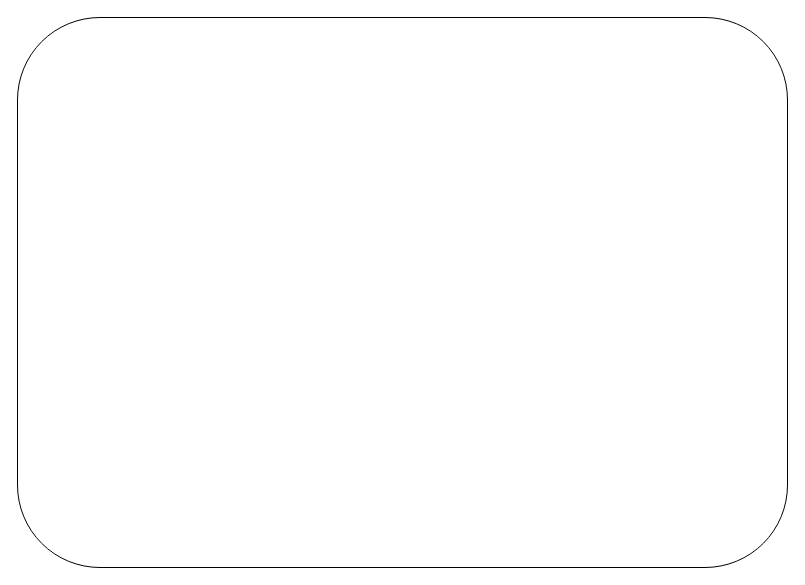
Earlier version of the draw.io diagram Untitled Diagram.drawio (meghaldonde/covid-tracker-react). Source tidied: cells renumbered, new cells numbered last; positions are measured from the earlier drawing's top-left corner, leaving out a move shared by most shapes. Both pictures are drawn from the tidied source at 100%, with x=0, y=0 at pixel (17, 17).
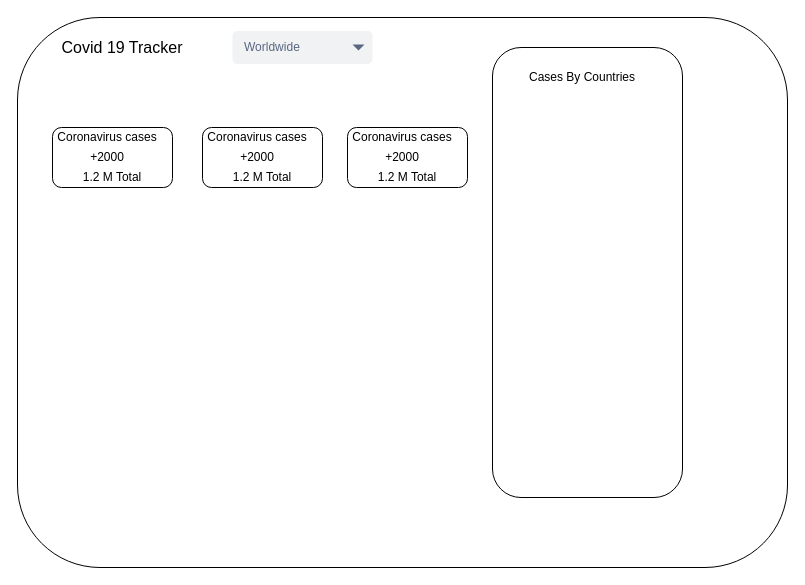
Above is the later version.

What changed in the source:
```diff
@@
+    <mxCell id="3" value="&lt;font style=&quot;font-size: 16px&quot;&gt;Covid 19 Tracker&lt;/font&gt;" style="text;html=1;strokeColor=none;fillColor=none;align=center;verticalAlign=middle;whiteSpace=wrap;rounded=0;" parent="1" vertex="1">
+      <mxGeometry x="35" y="10" width="140" height="40" as="geometry" />
+    </mxCell>
+    <mxCell id="4" value="Worldwide" style="rounded=1;fillColor=#F1F2F4;strokeColor=none;html=1;fontColor=#596780;align=left;fontSize=12;spacingLeft=10;noLabel=0;" parent="1" vertex="1">
+      <mxGeometry x="215" y="13.5" width="140" height="33" as="geometry" />
+    </mxCell>
+    <mxCell id="5" style="shape=triangle;direction=south;fillColor=#596780;strokeColor=none;html=1;" parent="4" vertex="1">
+      <mxGeometry x="1" y="0.5" width="12" height="6" relative="1" as="geometry">
+        <mxPoint x="-20" y="-3" as="offset" />
+      </mxGeometry>
+    </mxCell>
+    <mxCell id="6" style="rounded=1;whiteSpace=wrap;html=1;" parent="1" vertex="1">
+      <mxGeometry x="35" y="110" width="120" height="60" as="geometry" />
+    </mxCell>
+    <mxCell id="7" value="Coronavirus cases" style="text;html=1;strokeColor=none;fillColor=none;align=center;verticalAlign=middle;whiteSpace=wrap;rounded=0;" parent="1" vertex="1">
+      <mxGeometry x="35" y="110" width="110" height="20" as="geometry" />
+    </mxCell>
+    <mxCell id="8" value="+2000" style="text;html=1;strokeColor=none;fillColor=none;align=center;verticalAlign=middle;whiteSpace=wrap;rounded=0;" parent="1" vertex="1">
+      <mxGeometry x="35" y="130" width="110" height="20" as="geometry" />
+    </mxCell>
+    <mxCell id="9" value="1.2 M Total" style="text;html=1;strokeColor=none;fillColor=none;align=center;verticalAlign=middle;whiteSpace=wrap;rounded=0;" parent="1" vertex="1">
+      <mxGeometry x="40" y="150" width="110" height="20" as="geometry" />
+    </mxCell>
+    <mxCell id="10" style="rounded=1;whiteSpace=wrap;html=1;" parent="1" vertex="1">
+      <mxGeometry x="185" y="110" width="120" height="60" as="geometry" />
+    </mxCell>
+    <mxCell id="11" value="Coronavirus cases" style="text;html=1;strokeColor=none;fillColor=none;align=center;verticalAlign=middle;whiteSpace=wrap;rounded=0;" parent="1" vertex="1">
+      <mxGeometry x="185" y="110" width="110" height="20" as="geometry" />
+    </mxCell>
+    <mxCell id="12" value="+2000" style="text;html=1;strokeColor=none;fillColor=none;align=center;verticalAlign=middle;whiteSpace=wrap;rounded=0;" parent="1" vertex="1">
+      <mxGeometry x="185" y="130" width="110" height="20" as="geometry" />
+    </mxCell>
+    <mxCell id="13" value="1.2 M Total" style="text;html=1;strokeColor=none;fillColor=none;align=center;verticalAlign=middle;whiteSpace=wrap;rounded=0;" parent="1" vertex="1">
+      <mxGeometry x="190" y="155" width="110" height="10" as="geometry" />
+    </mxCell>
+    <mxCell id="14" style="rounded=1;whiteSpace=wrap;html=1;" parent="1" vertex="1">
+      <mxGeometry x="330" y="110" width="120" height="60" as="geometry" />
+    </mxCell>
+    <mxCell id="15" value="Coronavirus cases" style="text;html=1;strokeColor=none;fillColor=none;align=center;verticalAlign=middle;whiteSpace=wrap;rounded=0;" parent="1" vertex="1">
+      <mxGeometry x="330" y="110" width="110" height="20" as="geometry" />
+    </mxCell>
+    <mxCell id="16" value="+2000" style="text;html=1;strokeColor=none;fillColor=none;align=center;verticalAlign=middle;whiteSpace=wrap;rounded=0;" parent="1" vertex="1">
+      <mxGeometry x="330" y="130" width="110" height="20" as="geometry" />
+    </mxCell>
+    <mxCell id="17" value="1.2 M Total" style="text;html=1;strokeColor=none;fillColor=none;align=center;verticalAlign=middle;whiteSpace=wrap;rounded=0;" parent="1" vertex="1">
+      <mxGeometry x="335" y="155" width="110" height="10" as="geometry" />
+    </mxCell>
+    <mxCell id="18" style="rounded=1;whiteSpace=wrap;html=1;" parent="1" vertex="1">
+      <mxGeometry x="475" y="30" width="190" height="450" as="geometry" />
+    </mxCell>
+    <mxCell id="19" value="Cases By Countries" style="text;html=1;strokeColor=none;fillColor=none;align=center;verticalAlign=middle;whiteSpace=wrap;rounded=0;" parent="1" vertex="1">
+      <mxGeometry x="505" y="50" width="120" height="20" as="geometry" />
+    </mxCell>
```
